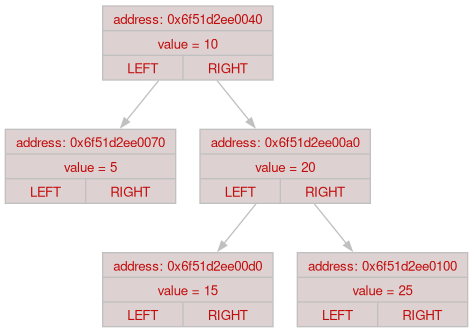
This is list.png from Sergey3G/Task-4-Akinator, a Graphviz export, as it was before one commit. Its source is kept beside it as list.gv. Its diagram source:
```dot
digraph G {
  bgcolor="#ffffffff";
  node [shape=record, fontname="Helvetica", fontsize=10, style=filled, fillcolor="#ded1d1ff", fontcolor="#c20c0cff", color=gray];
  edge [arrowsize=0.7, color=gray];

  node0 [label="{address: 0x6f51d2ee0040 | value = 10 | {LEFT | RIGHT}}"];
  node1 [label="{address: 0x6f51d2ee0070 | value = 5 | {LEFT | RIGHT}}"];
  node0 -> node1;
  node2 [label="{address: 0x6f51d2ee00a0 | value = 20 | {LEFT | RIGHT}}"];
  node3 [label="{address: 0x6f51d2ee00d0 | value = 15 | {LEFT | RIGHT}}"];
  node2 -> node3;
  node4 [label="{address: 0x6f51d2ee0100 | value = 25 | {LEFT | RIGHT}}"];
  node2 -> node4;
  node0 -> node2;
}
```
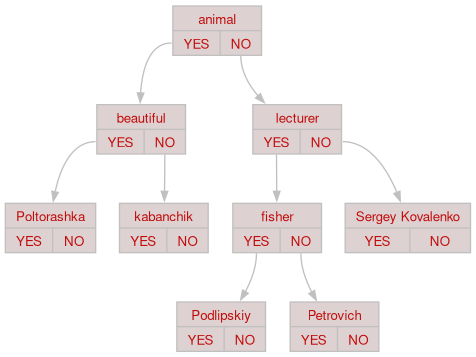
Above is the later version.

Diff of the diagram source:
```diff
@@ -3,13 +3,21 @@
   node [shape=record, fontname="Helvetica", fontsize=10, style=filled, fillcolor="#ded1d1ff", fontcolor="#c20c0cff", color=gray];
   edge [arrowsize=0.7, color=gray];
 
-  node0 [label="{address: 0x6f51d2ee0040 | value = 10 | {LEFT | RIGHT}}"];
-  node1 [label="{address: 0x6f51d2ee0070 | value = 5 | {LEFT | RIGHT}}"];
-  node0 -> node1;
-  node2 [label="{address: 0x6f51d2ee00a0 | value = 20 | {LEFT | RIGHT}}"];
-  node3 [label="{address: 0x6f51d2ee00d0 | value = 15 | {LEFT | RIGHT}}"];
-  node2 -> node3;
-  node4 [label="{address: 0x6f51d2ee0100 | value = 25 | {LEFT | RIGHT}}"];
-  node2 -> node4;
-  node0 -> node2;
+  node0 [label="{ animal | {<yes> YES | <no >NO}}"];
+  node1 [label="{ beautiful | {<yes> YES | <no >NO}}"];
+  node2 [label="{ Poltorashka | {<yes> YES | <no >NO}}"];
+  node1:yes -> node2;
+  node3 [label="{ kabanchik | {<yes> YES | <no >NO}}"];
+  node1:no -> node3;
+  node0:yes -> node1;
+  node4 [label="{ lecturer | {<yes> YES | <no >NO}}"];
+  node5 [label="{ fisher | {<yes> YES | <no >NO}}"];
+  node6 [label="{ Podlipskiy | {<yes> YES | <no >NO}}"];
+  node5:yes -> node6;
+  node7 [label="{ Petrovich | {<yes> YES | <no >NO}}"];
+  node5:no -> node7;
+  node4:yes -> node5;
+  node8 [label="{ Sergey Kovalenko | {<yes> YES | <no >NO}}"];
+  node4:no -> node8;
+  node0:no -> node4;
 }
```
